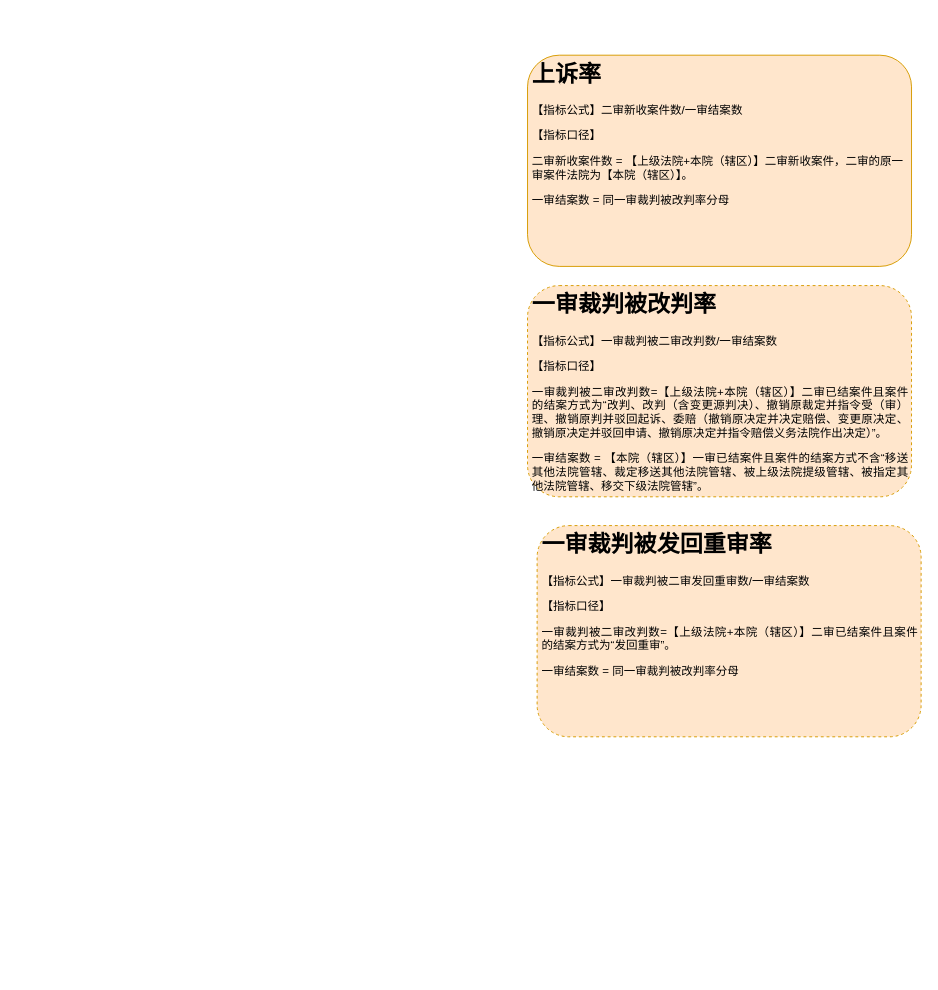
This is 26项指标关系图.drawio from iceman-wzg/myfirst, a draw.io file, before an edit. Source tidied: cells renumbered, new cells numbered last; positions are measured from the earlier drawing's top-left corner, leaving out a move shared by most shapes. Both pictures are drawn from the tidied source at 96%, with x=0, y=0 at pixel (527, 55).
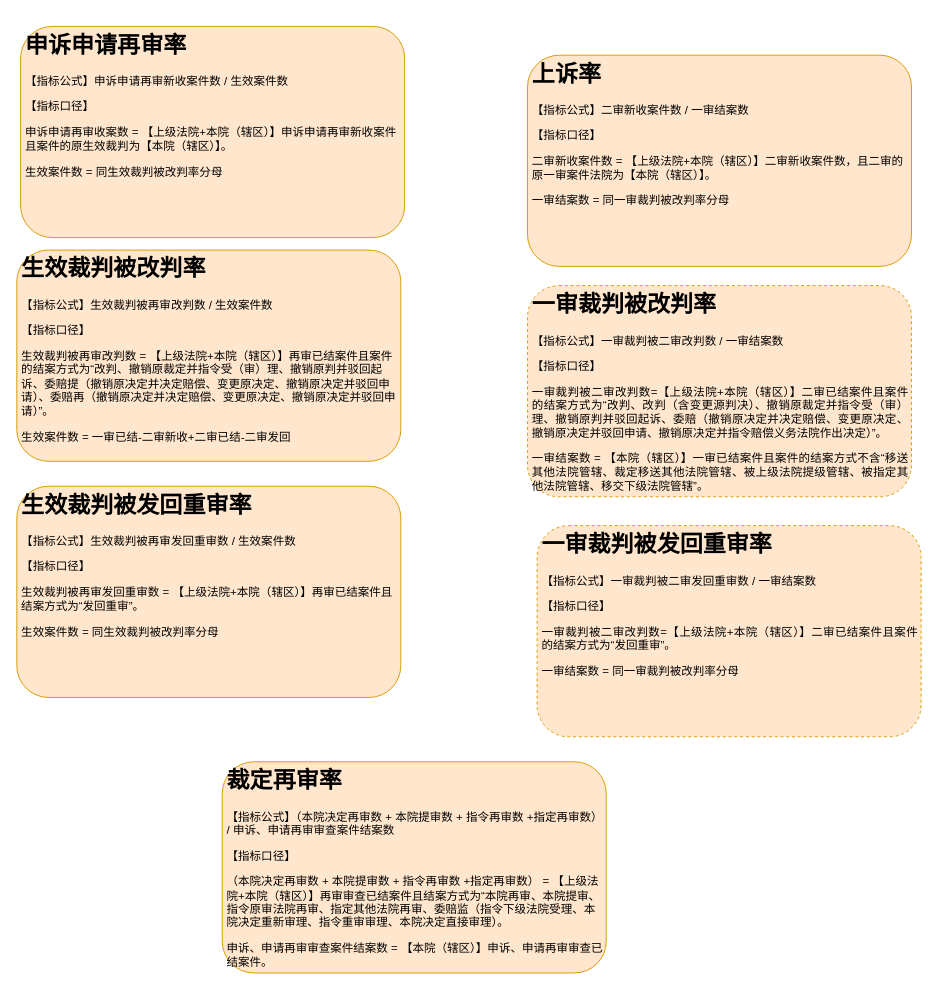
The same page after the edit.

Commit message (it also covers changes not shown here):
更新26项指标关系图.drawio

What changed in the source:
```diff
@@
 <mxGraphModel>
   <root>
     <mxCell id="0" />
     <mxCell id="1" parent="0" />
-    <mxCell id="2" value="&lt;h1&gt;上诉率&lt;br&gt;&lt;/h1&gt;&lt;p style=&quot;line-height: 120%;&quot;&gt;【指标公式】二审新收案件数/一审结案数&lt;/p&gt;&lt;p style=&quot;line-height: 120%;&quot;&gt;【指标口径】&lt;/p&gt;&lt;p style=&quot;line-height: 120%;&quot;&gt;二审新收案件数 = 【上级法院+本院（辖区）】二审新收案件，二审的原一审案件法院为【本院（辖区）】。&lt;/p&gt;&lt;p style=&quot;line-height: 120%;&quot;&gt;一审结案数 = 同一审裁判被改判率分母&lt;br&gt;&lt;/p&gt;" style="text;html=1;strokeColor=#d79b00;fillColor=#ffe6cc;spacing=5;spacingTop=-20;whiteSpace=wrap;overflow=hidden;rounded=1;" parent="1" vertex="1">
+    <mxCell id="2" value="&lt;h1&gt;上诉率&lt;br&gt;&lt;/h1&gt;&lt;p style=&quot;line-height: 120%;&quot;&gt;【指标公式】二审新收案件数 / 一审结案数&lt;/p&gt;&lt;p style=&quot;line-height: 120%;&quot;&gt;【指标口径】&lt;/p&gt;&lt;p style=&quot;line-height: 120%;&quot;&gt;二审新收案件数 = 【上级法院+本院（辖区）】二审新收案件数，且二审的原一审案件法院为【本院（辖区）】。&lt;/p&gt;&lt;p style=&quot;line-height: 120%;&quot;&gt;一审结案数 = 同一审裁判被改判率分母&lt;br&gt;&lt;/p&gt;" style="text;html=1;strokeColor=#d79b00;fillColor=#ffe6cc;spacing=5;spacingTop=-20;whiteSpace=wrap;overflow=hidden;rounded=1;" parent="1" vertex="1">
       <mxGeometry width="400" height="220" as="geometry" />
     </mxCell>
-    <mxCell id="3" value="&lt;h1&gt;一审裁判被改判率&lt;/h1&gt;&lt;p&gt;【指标公式】一审裁判被二审改判数/一审结案数&lt;/p&gt;&lt;p&gt;【指标口径】&lt;/p&gt;&lt;p align=&quot;justify&quot;&gt;一审裁判被二审改判数=【上级法院+本院（辖区）】二审已结案件且案件的结案方式为“改判、改判（含变更源判决）、撤销原裁定并指令受（审）理、撤销原判并驳回起诉、委赔（撤销原决定并决定赔偿、变更原决定、撤销原决定并驳回申请、撤销原决定并指令赔偿义务法院作出决定）”。&lt;/p&gt;&lt;p align=&quot;justify&quot;&gt;一审结案数 = 【本院（辖区）】一审已结案件且案件的结案方式不含“移送其他法院管辖、裁定移送其他法院管辖、被上级法院提级管辖、被指定其他法院管辖、移交下级法院管辖”。&lt;br&gt;&lt;/p&gt;" style="text;html=1;strokeColor=#d79b00;fillColor=#ffe6cc;spacing=5;spacingTop=-20;whiteSpace=wrap;overflow=hidden;rounded=1;dashed=1;strokeWidth=1;" parent="1" vertex="1">
+    <mxCell id="3" value="&lt;h1&gt;一审裁判被改判率&lt;/h1&gt;&lt;p&gt;【指标公式】一审裁判被二审改判数 / 一审结案数&lt;/p&gt;&lt;p&gt;【指标口径】&lt;/p&gt;&lt;p align=&quot;justify&quot;&gt;一审裁判被二审改判数=【上级法院+本院（辖区）】二审已结案件且案件的结案方式为“改判、改判（含变更源判决）、撤销原裁定并指令受（审）理、撤销原判并驳回起诉、委赔（撤销原决定并决定赔偿、变更原决定、撤销原决定并驳回申请、撤销原决定并指令赔偿义务法院作出决定）”。&lt;/p&gt;&lt;p align=&quot;justify&quot;&gt;一审结案数 = 【本院（辖区）】一审已结案件且案件的结案方式不含“移送其他法院管辖、裁定移送其他法院管辖、被上级法院提级管辖、被指定其他法院管辖、移交下级法院管辖”。&lt;br&gt;&lt;/p&gt;" style="text;html=1;strokeColor=#d79b00;fillColor=#ffe6cc;spacing=5;spacingTop=-20;whiteSpace=wrap;overflow=hidden;rounded=1;dashed=1;strokeWidth=1;" parent="1" vertex="1">
       <mxGeometry y="240" width="400" height="220" as="geometry" />
     </mxCell>
-    <mxCell id="4" value="&lt;h1&gt;一审裁判被发回重审率&lt;/h1&gt;&lt;p&gt;【指标公式】一审裁判被二审发回重审数/一审结案数&lt;/p&gt;&lt;p&gt;【指标口径】&lt;/p&gt;&lt;p align=&quot;justify&quot;&gt;一审裁判被二审改判数=【上级法院+本院（辖区）】二审已结案件且案件的结案方式为“发回重审”。&lt;/p&gt;&lt;p align=&quot;justify&quot;&gt;一审结案数 = 同一审裁判被改判率分母&lt;br&gt;&lt;/p&gt;" style="text;html=1;strokeColor=#d79b00;fillColor=#ffe6cc;spacing=5;spacingTop=-20;whiteSpace=wrap;overflow=hidden;rounded=1;dashed=1;strokeWidth=1;" parent="1" vertex="1">
+    <mxCell id="4" value="&lt;h1&gt;一审裁判被发回重审率&lt;/h1&gt;&lt;p&gt;【指标公式】一审裁判被二审发回重审数 / 一审结案数&lt;/p&gt;&lt;p&gt;【指标口径】&lt;/p&gt;&lt;p align=&quot;justify&quot;&gt;一审裁判被二审改判数=【上级法院+本院（辖区）】二审已结案件且案件的结案方式为“发回重审”。&lt;/p&gt;&lt;p align=&quot;justify&quot;&gt;一审结案数 = 同一审裁判被改判率分母&lt;br&gt;&lt;/p&gt;" style="text;html=1;strokeColor=#d79b00;fillColor=#ffe6cc;spacing=5;spacingTop=-20;whiteSpace=wrap;overflow=hidden;rounded=1;dashed=1;strokeWidth=1;" parent="1" vertex="1">
       <mxGeometry x="10" y="490" width="400" height="220" as="geometry" />
     </mxCell>
+    <mxCell id="5" value="&lt;h1&gt;申诉申请再审率&lt;br&gt;&lt;/h1&gt;&lt;p style=&quot;line-height: 120%;&quot;&gt;【指标公式】申诉申请再审新收案件数 / 生效案件数&lt;/p&gt;&lt;p style=&quot;line-height: 120%;&quot;&gt;【指标口径】&lt;/p&gt;&lt;p style=&quot;line-height: 120%;&quot;&gt;申诉申请再审收案数 = 【上级法院+本院（辖区）】申诉申请再审新收案件且案件的原生效裁判为【本院（辖区）】。&lt;/p&gt;&lt;p style=&quot;line-height: 120%;&quot;&gt;生效案件数 = 同生效裁判被改判率分母&lt;br&gt;&lt;/p&gt;" style="text;html=1;strokeColor=#d79b00;fillColor=#ffe6cc;spacing=5;spacingTop=-20;whiteSpace=wrap;overflow=hidden;rounded=1;" parent="1" vertex="1">
+      <mxGeometry x="-528" y="-30" width="400" height="220" as="geometry" />
+    </mxCell>
+    <mxCell id="6" value="&lt;h1&gt;生效裁判被改判率&lt;br&gt;&lt;/h1&gt;&lt;p style=&quot;line-height: 120%;&quot;&gt;【指标公式】生效裁判被再审改判数 / 生效案件数&lt;/p&gt;&lt;p style=&quot;line-height: 120%;&quot;&gt;【指标口径】&lt;/p&gt;&lt;p style=&quot;line-height: 120%;&quot;&gt;生效裁判被再审改判数 = 【上级法院+本院（辖区）】再审已结案件且案件的结案方式为“改判、撤销原裁定并指令受（审）理、撤销原判并驳回起诉、委赔提（撤销原决定并决定赔偿、变更原决定、撤销原决定并驳回申请）、委赔再（撤销原决定并决定赔偿、变更原决定、撤销原决定并驳回申请）”。&lt;/p&gt;&lt;p style=&quot;line-height: 120%;&quot;&gt;生效案件数 = 一审已结-二审新收+二审已结-二审发回&lt;br&gt;&lt;/p&gt;" style="text;html=1;strokeColor=#d79b00;fillColor=#ffe6cc;spacing=5;spacingTop=-20;whiteSpace=wrap;overflow=hidden;rounded=1;" parent="1" vertex="1">
+      <mxGeometry x="-532" y="203" width="400" height="220" as="geometry" />
+    </mxCell>
+    <mxCell id="7" value="&lt;h1&gt;生效裁判被发回重审率&lt;br&gt;&lt;/h1&gt;&lt;p style=&quot;line-height: 120%;&quot;&gt;【指标公式】生效裁判被再审发回重审数 / 生效案件数&lt;/p&gt;&lt;p style=&quot;line-height: 120%;&quot;&gt;【指标口径】&lt;/p&gt;&lt;p style=&quot;line-height: 120%;&quot;&gt;生效裁判被再审发回重审数 = 【上级法院+本院（辖区）】再审已结案件且结案方式为“发回重审”。&lt;/p&gt;&lt;p style=&quot;line-height: 120%;&quot;&gt;生效案件数 = 同生效裁判被改判率分母&lt;br&gt;&lt;/p&gt;" style="text;html=1;strokeColor=#d79b00;fillColor=#ffe6cc;spacing=5;spacingTop=-20;whiteSpace=wrap;overflow=hidden;rounded=1;" parent="1" vertex="1">
+      <mxGeometry x="-532" y="449" width="400" height="220" as="geometry" />
+    </mxCell>
+    <mxCell id="8" value="&lt;h1&gt;裁定再审率&lt;br&gt;&lt;/h1&gt;&lt;p style=&quot;line-height: 120%;&quot;&gt;【指标公式】（本院决定再审数 + 本院提审数 + 指令再审数 +指定再审数） / 申诉、申请再审审查案件结案数&lt;br&gt;&lt;/p&gt;&lt;p style=&quot;line-height: 120%;&quot;&gt;【指标口径】&lt;/p&gt;&lt;p style=&quot;line-height: 120%;&quot;&gt;（本院决定再审数 + 本院提审数 + 指令再审数 +指定再审数） = 【上级法院+本院（辖区）】再审审查已结案件且结案方式为“本院再审、本院提审、指令原审法院再审、指定其他法院再审、委赔监（指令下级法院受理、本院决定重新审理、指令重审审理、本院决定直接审理）。&lt;/p&gt;&lt;p style=&quot;line-height: 120%;&quot;&gt;申诉、申请再审审查案件结案数 = 【本院（辖区）】申诉、申请再审审查已结案件。&lt;br&gt;&lt;/p&gt;" style="text;html=1;strokeColor=#d79b00;fillColor=#ffe6cc;spacing=5;spacingTop=-20;whiteSpace=wrap;overflow=hidden;rounded=1;" parent="1" vertex="1">
+      <mxGeometry x="-318" y="736" width="400" height="220" as="geometry" />
+    </mxCell>
   </root>
 </mxGraphModel>
```
